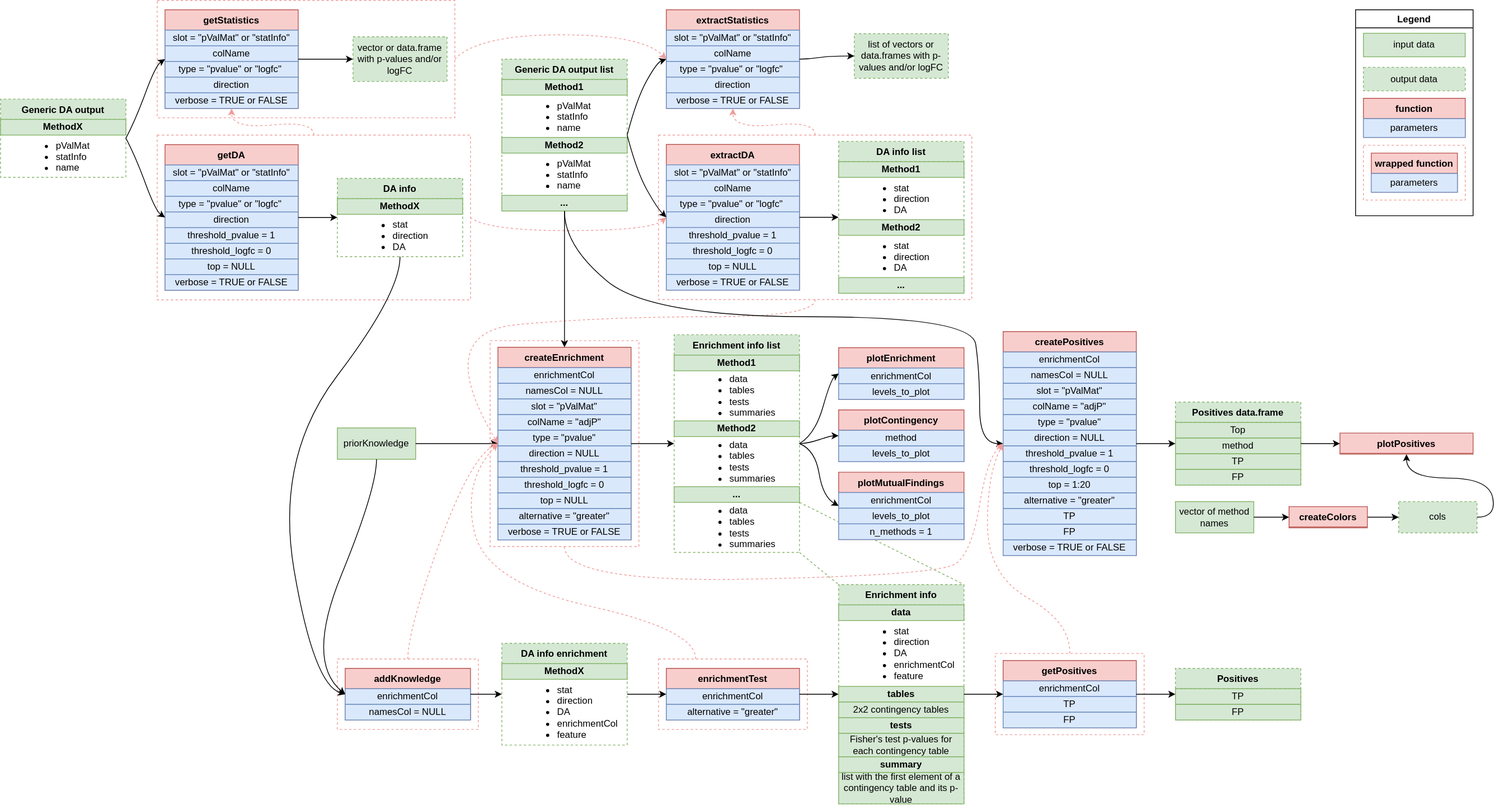
Above: vignettes/enrichment_structure.svg in mcalgaro93/benchdamic (draw.io), before the change. Source tidied: cells renumbered, new cells last; positions are measured from the earlier drawing's top-left corner, leaving out a move shared by most shapes.
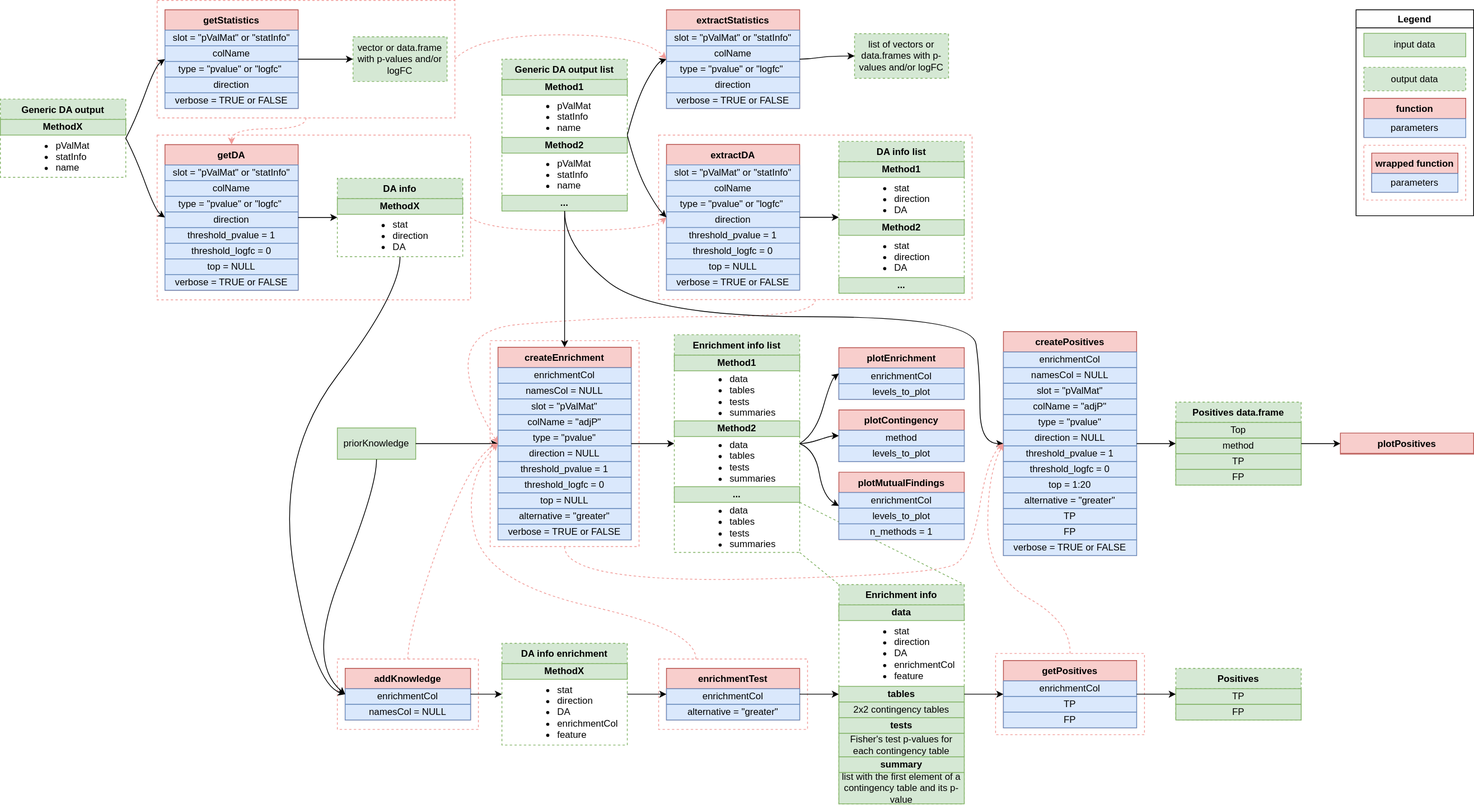
Above is the later version.

The edit, as a diff of the source:
```diff
@@ -476,22 +476,14 @@
     <mxCell id="133" style="curved=1;endArrow=classic;html=1;noEdgeStyle=1;orthogonal=1;exitX=0.5;exitY=1;exitDx=0;exitDy=0;entryX=0.5;entryY=0;entryDx=0;entryDy=0;" parent="1" edge="1" source="41" target="107">
       <mxGeometry relative="1" as="geometry" />
     </mxCell>
-    <mxCell id="134" style="curved=1;endArrow=classic;html=1;dashed=1;fontFamily=Courier New;strokeColor=#F19C99;exitX=0.5;exitY=0;exitDx=0;exitDy=0;entryX=0.5;entryY=1;entryDx=0;entryDy=0;" parent="1" edge="1" source="8" target="28">
+    <mxCell id="134" style="curved=1;endArrow=classic;html=1;dashed=1;fontFamily=Courier New;strokeColor=#F19C99;exitX=0.5;exitY=1;exitDx=0;exitDy=0;entryX=0.5;entryY=0;entryDx=0;entryDy=0;" parent="1" edge="1" source="7" target="50">
       <mxGeometry relative="1" as="geometry">
         <Array as="points">
-          <mxPoint x="400" y="154" />
+          <mxPoint x="390" y="164" />
           <mxPoint x="295" y="164" />
         </Array>
       </mxGeometry>
     </mxCell>
-    <mxCell id="135" style="curved=1;endArrow=classic;html=1;dashed=1;fontFamily=Courier New;strokeColor=#F19C99;exitX=0.5;exitY=0;exitDx=0;exitDy=0;entryX=0.5;entryY=1;entryDx=0;entryDy=0;" parent="1" edge="1" source="6" target="36">
-      <mxGeometry relative="1" as="geometry">
-        <Array as="points">
-          <mxPoint x="1040" y="154" />
-          <mxPoint x="935" y="164" />
-        </Array>
-      </mxGeometry>
-    </mxCell>
     <mxCell id="136" value="getPositives" style="swimlane;fontStyle=1;align=center;verticalAlign=top;horizontal=1;startSize=26;strokeColor=#b85450;fillColor=#f8cecc;" parent="1" vertex="1">
       <mxGeometry x="1280" y="843" width="170" height="86" as="geometry" />
     </mxCell>
@@ -651,29 +643,5 @@
     <mxCell id="176" value="parameters" style="whiteSpace=wrap;html=1;fillColor=#dae8fc;strokeColor=#6c8ebf;rotation=0;shadow=0;" parent="175" vertex="1">
       <mxGeometry y="26" width="110" height="24" as="geometry" />
     </mxCell>
-    <mxCell id="177" value="cols" style="whiteSpace=wrap;html=1;fillColor=#d5e8d4;strokeColor=#82b366;rotation=0;shadow=0;dashed=1;" parent="1" vertex="1">
-      <mxGeometry x="1785" y="640" width="100" height="40" as="geometry" />
-    </mxCell>
-    <mxCell id="178" value="vector of method names" style="whiteSpace=wrap;html=1;fillColor=#d5e8d4;strokeColor=#82b366;rotation=0;shadow=0;" parent="1" vertex="1">
-      <mxGeometry x="1500" y="640" width="100" height="40" as="geometry" />
-    </mxCell>
-    <mxCell id="179" style="curved=1;endArrow=classic;html=1;exitX=1;exitY=0.5;exitDx=0;exitDy=0;entryX=0;entryY=0.5;entryDx=0;entryDy=0;noEdgeStyle=1;orthogonal=1;" parent="1" edge="1" source="178" target="181">
-      <mxGeometry relative="1" as="geometry" />
-    </mxCell>
-    <mxCell id="180" style="curved=1;endArrow=classic;html=1;exitX=1;exitY=0.5;exitDx=0;exitDy=0;entryX=0;entryY=0.5;entryDx=0;entryDy=0;noEdgeStyle=1;orthogonal=1;" parent="1" edge="1" source="181" target="177">
-      <mxGeometry relative="1" as="geometry" />
-    </mxCell>
-    <mxCell id="181" value="createColors" style="swimlane;fontStyle=1;align=center;verticalAlign=top;horizontal=1;startSize=26;strokeColor=#b85450;fillColor=#f8cecc;" parent="1" vertex="1">
-      <mxGeometry x="1645" y="646.5" width="100" height="27" as="geometry" />
-    </mxCell>
-    <mxCell id="182" style="curved=1;endArrow=classic;html=1;exitX=1;exitY=0.5;exitDx=0;exitDy=0;noEdgeStyle=1;orthogonal=1;entryX=0.5;entryY=1;entryDx=0;entryDy=0;" parent="1" edge="1" source="177" target="154">
-      <mxGeometry relative="1" as="geometry">
-        <Array as="points">
-          <mxPoint x="1910" y="660" />
-          <mxPoint x="1900" y="610" />
-          <mxPoint x="1795" y="610" />
-        </Array>
-      </mxGeometry>
-    </mxCell>
   </root>
 </mxGraphModel>
```
